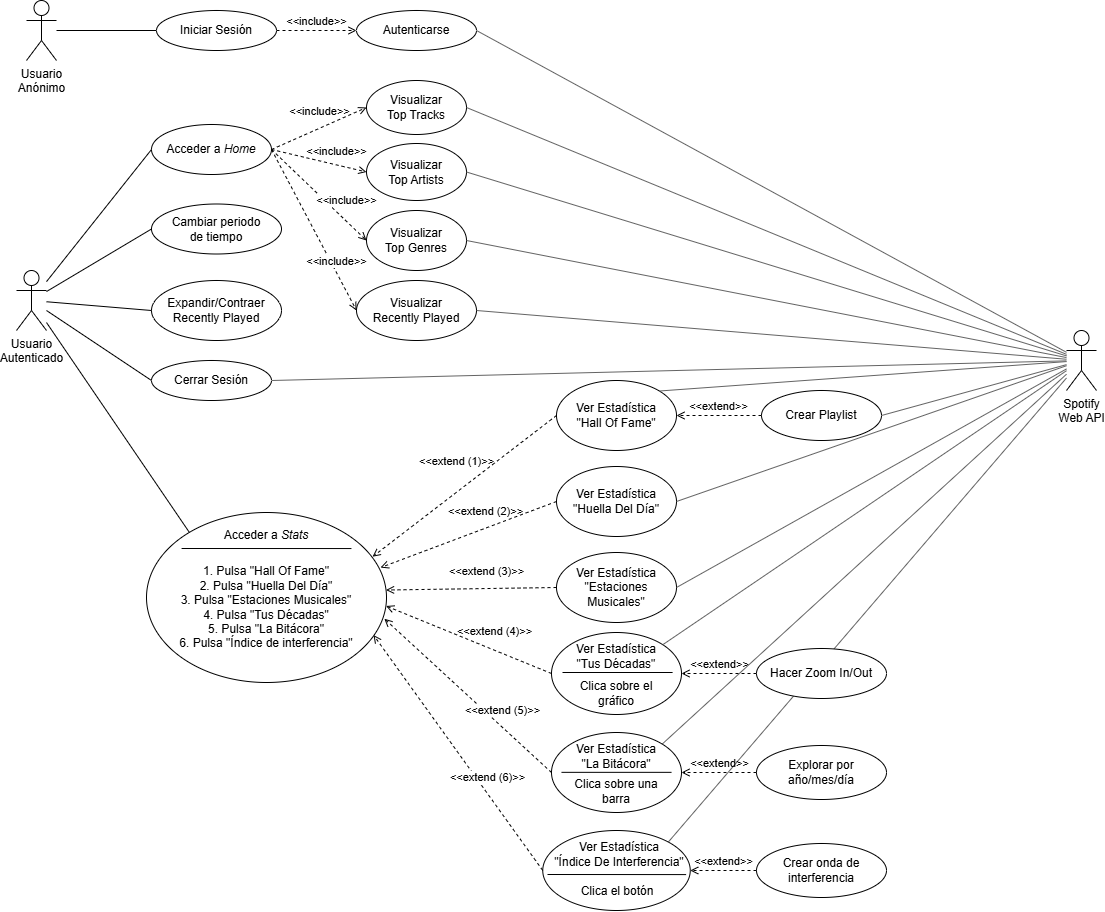
jonortega/TFG-memoria keeps this draw.io diagram as figures/modelo_casos_uso.png. Above is the earlier version. Source tidied: cells renumbered, new cells last; positions are measured from the earlier drawing's top-left corner, leaving out a move shared by most shapes.
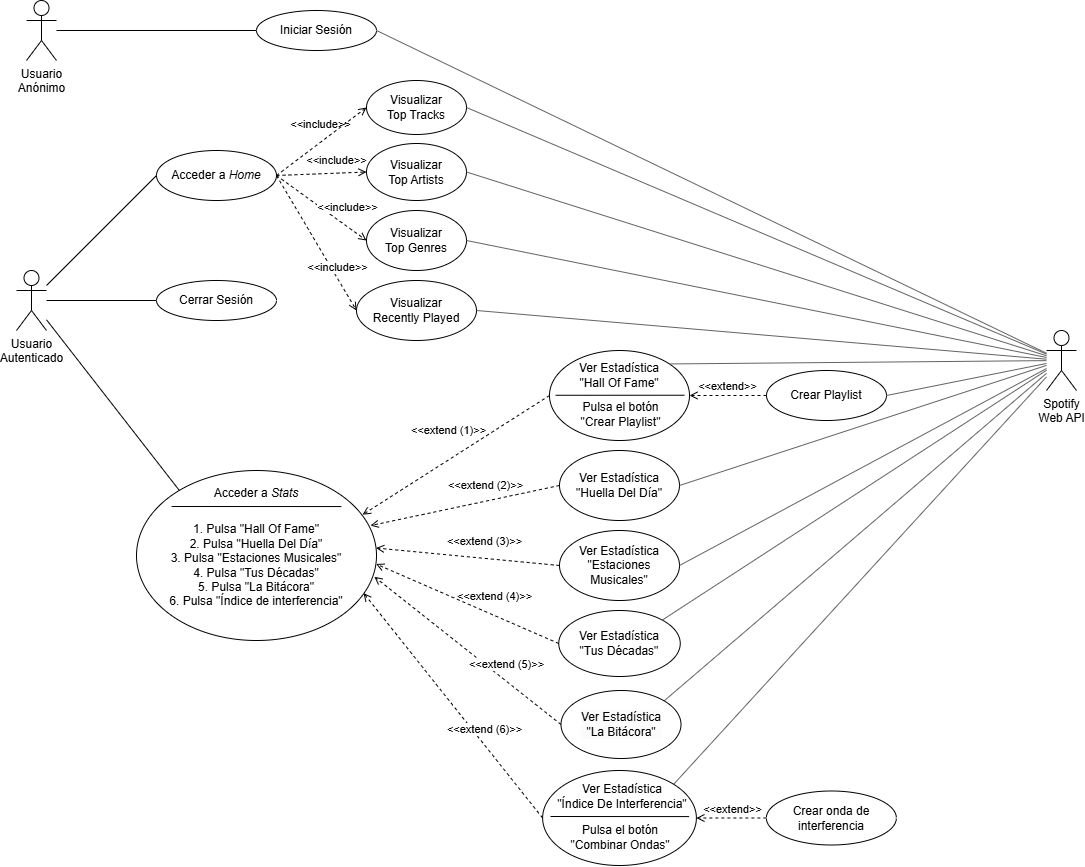
After the commit.

Commit message:
Completado los Casos de Uso

What changed in the source:
```diff
@@ -8,11 +8,8 @@
     <mxCell id="3" style="endArrow=none;html=1;rounded=0;exitX=1;exitY=0;exitDx=0;exitDy=0;strokeColor=#636363;" parent="1" edge="1" source="33" target="53">
       <mxGeometry relative="1" as="geometry" />
     </mxCell>
-    <mxCell id="4" style="endArrow=none;html=1;rounded=0;exitX=1;exitY=0.5;exitDx=0;exitDy=0;strokeColor=#636363;" parent="1" edge="1" source="11" target="53">
-      <mxGeometry relative="1" as="geometry" />
-    </mxCell>
     <mxCell id="5" value="Iniciar Sesión" style="ellipse;whiteSpace=wrap;html=1;" parent="1" vertex="1">
-      <mxGeometry x="140" y="10" width="120" height="40" as="geometry" />
+      <mxGeometry x="240" y="10" width="120" height="40" as="geometry" />
     </mxCell>
     <mxCell id="6" value="Usuario&lt;div&gt;Anónimo&lt;/div&gt;" style="shape=umlActor;verticalLabelPosition=bottom;verticalAlign=top;html=1;" parent="1" vertex="1">
       <mxGeometry x="10" width="30" height="60" as="geometry" />
@@ -20,27 +17,15 @@
     <mxCell id="7" value="Usuario&lt;div&gt;Autenticado&lt;/div&gt;" style="shape=umlActor;verticalLabelPosition=bottom;verticalAlign=top;html=1;" parent="1" vertex="1">
       <mxGeometry y="270" width="30" height="60" as="geometry" />
     </mxCell>
-    <mxCell id="8" value="Autenticarse" style="ellipse;whiteSpace=wrap;html=1;" parent="1" vertex="1">
-      <mxGeometry x="340" y="10" width="120" height="40" as="geometry" />
-    </mxCell>
-    <mxCell id="9" value="&amp;lt;&amp;lt;include&amp;gt;&amp;gt;" style="html=1;verticalAlign=bottom;labelBackgroundColor=none;endArrow=open;endFill=0;dashed=1;rounded=0;exitX=1;exitY=0.5;exitDx=0;exitDy=0;entryX=0;entryY=0.5;entryDx=0;entryDy=0;" parent="1" edge="1" source="5" target="8">
-      <mxGeometry relative="1" as="geometry" />
-    </mxCell>
     <mxCell id="10" style="endArrow=none;html=1;rounded=0;entryX=0;entryY=0.5;entryDx=0;entryDy=0;" parent="1" edge="1" source="6" target="5">
       <mxGeometry relative="1" as="geometry" />
     </mxCell>
     <mxCell id="11" value="Cerrar Sesión" style="ellipse;whiteSpace=wrap;html=1;" parent="1" vertex="1">
-      <mxGeometry x="135" y="360" width="120" height="40" as="geometry" />
+      <mxGeometry x="140" y="280" width="120" height="40" as="geometry" />
     </mxCell>
     <mxCell id="12" value="Acceder a &lt;i&gt;Home&lt;/i&gt;" style="ellipse;whiteSpace=wrap;html=1;" parent="1" vertex="1">
-      <mxGeometry x="135" y="124" width="120" height="50" as="geometry" />
+      <mxGeometry x="140" y="150" width="120" height="50" as="geometry" />
     </mxCell>
-    <mxCell id="13" value="Cambiar periodo&lt;div&gt;de tiempo&lt;/div&gt;" style="ellipse;whiteSpace=wrap;html=1;" parent="1" vertex="1">
-      <mxGeometry x="135" y="203.5" width="130" height="50" as="geometry" />
-    </mxCell>
-    <mxCell id="14" value="Expandir/Contraer&lt;div&gt;Recently Played&lt;/div&gt;" style="ellipse;whiteSpace=wrap;html=1;" parent="1" vertex="1">
-      <mxGeometry x="135" y="280" width="130" height="60" as="geometry" />
-    </mxCell>
     <mxCell id="15" value="Visualizar&lt;div&gt;Recently Played&lt;span style=&quot;color: rgba(0, 0, 0, 0); font-family: monospace; font-size: 0px; text-align: start; text-wrap-mode: nowrap; background-color: transparent;&quot;&gt;%3CmxGraphModel%3E%3Croot%3E%3CmxCell%20id%3D%220%22%2F%3E%3CmxCell%20id%3D%221%22%20parent%3D%220%22%2F%3E%3CmxCell%20id%3D%222%22%20value%3D%22Cambiar%20periodo%26lt%3Bdiv%26gt%3Bde%20tiempo%26lt%3B%2Fdiv%26gt%3B%22%20style%3D%22ellipse%3BwhiteSpace%3Dwrap%3Bhtml%3D1%3B%22%20vertex%3D%221%22%20parent%3D%221%22%3E%3CmxGeometry%20x%3D%22230%22%20y%3D%22480%22%20width%3D%22130%22%20height%3D%2260%22%20as%3D%22geometry%22%2F%3E%3C%2FmxCell%3E%3C%2Froot%3E%3C%2FmxGraphModel%3E&lt;/span&gt;&lt;/div&gt;" style="ellipse;whiteSpace=wrap;html=1;" parent="1" vertex="1">
       <mxGeometry x="340" y="280" width="120" height="60" as="geometry" />
     </mxCell>
@@ -71,59 +56,41 @@
     <mxCell id="24" style="endArrow=none;html=1;rounded=0;entryX=0;entryY=0.5;entryDx=0;entryDy=0;" parent="1" edge="1" source="7" target="12">
       <mxGeometry relative="1" as="geometry" />
     </mxCell>
-    <mxCell id="25" style="endArrow=none;html=1;rounded=0;entryX=0;entryY=0.5;entryDx=0;entryDy=0;" parent="1" edge="1" source="7" target="13">
-      <mxGeometry relative="1" as="geometry" />
-    </mxCell>
-    <mxCell id="26" style="endArrow=none;html=1;rounded=0;entryX=0;entryY=0.5;entryDx=0;entryDy=0;" parent="1" edge="1" source="7" target="14">
-      <mxGeometry relative="1" as="geometry" />
-    </mxCell>
     <mxCell id="27" style="endArrow=none;html=1;rounded=0;entryX=0.18;entryY=0.12;entryDx=0;entryDy=0;entryPerimeter=0;" parent="1" edge="1" source="7" target="43">
       <mxGeometry relative="1" as="geometry" />
     </mxCell>
-    <mxCell id="28" value="Ver Estadística&lt;div&gt;&quot;Hall Of Fame&quot;&lt;/div&gt;" style="ellipse;whiteSpace=wrap;html=1;" parent="1" vertex="1">
-      <mxGeometry x="540" y="380" width="120" height="70" as="geometry" />
+    <mxCell id="28" style="ellipse;whiteSpace=wrap;html=1;" parent="1" vertex="1">
+      <mxGeometry x="533" y="350" width="140" height="90" as="geometry" />
     </mxCell>
     <mxCell id="29" value="Ver Estadística&lt;div&gt;&quot;Huella Del Día&quot;&lt;/div&gt;" style="ellipse;whiteSpace=wrap;html=1;" parent="1" vertex="1">
-      <mxGeometry x="540" y="466" width="120" height="70" as="geometry" />
+      <mxGeometry x="543" y="450" width="120" height="70" as="geometry" />
     </mxCell>
     <mxCell id="30" value="Ver Estadística&lt;div&gt;&quot;Estaciones Musicales&quot;&lt;/div&gt;" style="ellipse;whiteSpace=wrap;html=1;" parent="1" vertex="1">
-      <mxGeometry x="540" y="552" width="120" height="70" as="geometry" />
+      <mxGeometry x="543" y="530" width="120" height="70" as="geometry" />
     </mxCell>
-    <mxCell id="31" style="ellipse;whiteSpace=wrap;html=1;" parent="1" vertex="1">
-      <mxGeometry x="535" y="632" width="130" height="82" as="geometry" />
+    <mxCell id="31" value="Ver Estadística&lt;div&gt;&quot;Tus Décadas&quot;&lt;/div&gt;" style="ellipse;whiteSpace=wrap;html=1;" parent="1" vertex="1">
+      <mxGeometry x="542.2" y="610" width="121.5" height="66" as="geometry" />
     </mxCell>
-    <mxCell id="32" style="ellipse;whiteSpace=wrap;html=1;" parent="1" vertex="1">
-      <mxGeometry x="535" y="732" width="130" height="80" as="geometry" />
+    <mxCell id="32" value="&lt;span style=&quot;color: rgb(0, 0, 0); font-family: Helvetica; font-size: 12px; font-style: normal; font-variant-ligatures: normal; font-variant-caps: normal; font-weight: 400; letter-spacing: normal; orphans: 2; text-align: center; text-indent: 0px; text-transform: none; widows: 2; word-spacing: 0px; -webkit-text-stroke-width: 0px; white-space: normal; background-color: rgb(251, 251, 251); text-decoration-thickness: initial; text-decoration-style: initial; text-decoration-color: initial; float: none; display: inline !important;&quot;&gt;Ver Estadística&lt;/span&gt;&lt;div style=&quot;forced-color-adjust: none; color: rgb(0, 0, 0); font-family: Helvetica; font-size: 12px; font-style: normal; font-variant-ligatures: normal; font-variant-caps: normal; font-weight: 400; letter-spacing: normal; orphans: 2; text-align: center; text-indent: 0px; text-transform: none; widows: 2; word-spacing: 0px; -webkit-text-stroke-width: 0px; white-space: normal; background-color: rgb(251, 251, 251); text-decoration-thickness: initial; text-decoration-style: initial; text-decoration-color: initial;&quot;&gt;&quot;La Bitácora&quot;&lt;/div&gt;" style="ellipse;whiteSpace=wrap;html=1;" parent="1" vertex="1">
+      <mxGeometry x="544.5" y="690" width="120" height="68" as="geometry" />
     </mxCell>
     <mxCell id="33" style="ellipse;whiteSpace=wrap;html=1;" parent="1" vertex="1">
-      <mxGeometry x="526.2" y="830" width="147.5" height="80" as="geometry" />
+      <mxGeometry x="526.1" y="770" width="153.8" height="95" as="geometry" />
     </mxCell>
     <mxCell id="34" value="Crear Playlist" style="ellipse;whiteSpace=wrap;html=1;" parent="1" vertex="1">
-      <mxGeometry x="745" y="390" width="120" height="50" as="geometry" />
+      <mxGeometry x="750" y="370" width="120" height="50" as="geometry" />
     </mxCell>
-    <mxCell id="35" value="Hacer Zoom In/Out" style="ellipse;whiteSpace=wrap;html=1;" parent="1" vertex="1">
-      <mxGeometry x="740" y="648" width="130" height="50" as="geometry" />
-    </mxCell>
-    <mxCell id="36" value="Explorar por año/mes/día" style="ellipse;whiteSpace=wrap;html=1;" parent="1" vertex="1">
-      <mxGeometry x="740" y="745" width="130" height="54" as="geometry" />
-    </mxCell>
     <mxCell id="37" value="Crear onda de&lt;div&gt;interferencia&lt;/div&gt;" style="ellipse;whiteSpace=wrap;html=1;" parent="1" vertex="1">
-      <mxGeometry x="740" y="843" width="130" height="54" as="geometry" />
+      <mxGeometry x="749.9" y="790.5" width="130" height="54" as="geometry" />
     </mxCell>
     <mxCell id="38" value="&amp;lt;&amp;lt;extend&amp;gt;&amp;gt;" style="html=1;verticalAlign=bottom;labelBackgroundColor=none;endArrow=open;endFill=0;dashed=1;rounded=0;entryX=1;entryY=0.5;entryDx=0;entryDy=0;exitX=0;exitY=0.5;exitDx=0;exitDy=0;" parent="1" edge="1" source="34" target="28">
       <mxGeometry relative="1" as="geometry" />
     </mxCell>
-    <mxCell id="39" value="&amp;lt;&amp;lt;extend&amp;gt;&amp;gt;" style="html=1;verticalAlign=bottom;labelBackgroundColor=none;endArrow=open;endFill=0;dashed=1;rounded=0;entryX=1;entryY=0.5;entryDx=0;entryDy=0;exitX=0;exitY=0.5;exitDx=0;exitDy=0;" parent="1" edge="1" source="35" target="31">
-      <mxGeometry relative="1" as="geometry" />
-    </mxCell>
-    <mxCell id="40" value="&amp;lt;&amp;lt;extend&amp;gt;&amp;gt;" style="html=1;verticalAlign=bottom;labelBackgroundColor=none;endArrow=open;endFill=0;dashed=1;rounded=0;entryX=1;entryY=0.5;entryDx=0;entryDy=0;exitX=0;exitY=0.5;exitDx=0;exitDy=0;" parent="1" edge="1" source="36" target="32">
-      <mxGeometry relative="1" as="geometry" />
-    </mxCell>
     <mxCell id="41" value="&amp;lt;&amp;lt;extend&amp;gt;&amp;gt;" style="html=1;verticalAlign=bottom;labelBackgroundColor=none;endArrow=open;endFill=0;dashed=1;rounded=0;entryX=1;entryY=0.5;entryDx=0;entryDy=0;exitX=0;exitY=0.5;exitDx=0;exitDy=0;" parent="1" edge="1" source="37" target="33">
       <mxGeometry relative="1" as="geometry" />
     </mxCell>
     <mxCell id="42" style="group;" parent="1" vertex="1">
-      <mxGeometry x="130" y="512" width="240" height="170" as="geometry" />
+      <mxGeometry x="120" y="470" width="240" height="170" as="geometry" />
     </mxCell>
     <mxCell id="43" style="ellipse;whiteSpace=wrap;html=1;" parent="42" vertex="1">
       <mxGeometry width="240" height="170" as="geometry" />
@@ -159,9 +126,9 @@
       <mxGeometry x="-0.31" y="-4" relative="1" as="geometry" />
     </mxCell>
     <mxCell id="53" value="Spotify&lt;div&gt;Web API&lt;/div&gt;" style="shape=umlActor;verticalLabelPosition=bottom;verticalAlign=top;html=1;" parent="1" vertex="1">
-      <mxGeometry x="1050" y="330" width="30" height="60" as="geometry" />
+      <mxGeometry x="1030" y="330" width="30" height="60" as="geometry" />
     </mxCell>
-    <mxCell id="54" style="endArrow=none;html=1;rounded=0;exitX=1;exitY=0.5;exitDx=0;exitDy=0;strokeColor=#636363;" parent="1" edge="1" source="8" target="53">
+    <mxCell id="54" style="endArrow=none;html=1;rounded=0;exitX=1;exitY=0.5;exitDx=0;exitDy=0;strokeColor=#636363;" parent="1" edge="1" source="5" target="53">
       <mxGeometry relative="1" as="geometry" />
     </mxCell>
     <mxCell id="55" style="endArrow=none;html=1;rounded=0;exitX=1;exitY=0.5;exitDx=0;exitDy=0;strokeColor=#636363;" parent="1" edge="1" source="16" target="53">
@@ -191,41 +158,29 @@
     <mxCell id="63" style="endArrow=none;html=1;rounded=0;exitX=1;exitY=0;exitDx=0;exitDy=0;strokeColor=#636363;" parent="1" edge="1" source="31" target="53">
       <mxGeometry relative="1" as="geometry" />
     </mxCell>
-    <mxCell id="64" value="&lt;span style=&quot;font-family: Helvetica; font-size: 12px; font-style: normal; font-variant-ligatures: normal; font-variant-caps: normal; font-weight: 400; letter-spacing: normal; orphans: 2; text-align: center; text-indent: 0px; text-transform: none; widows: 2; word-spacing: 0px; -webkit-text-stroke-width: 0px; white-space: normal; text-decoration-thickness: initial; text-decoration-style: initial; text-decoration-color: initial; float: none; display: inline !important;&quot;&gt;Ver Estadística&lt;/span&gt;&lt;div style=&quot;forced-color-adjust: none; font-family: Helvetica; font-size: 12px; font-style: normal; font-variant-ligatures: normal; font-variant-caps: normal; font-weight: 400; letter-spacing: normal; orphans: 2; text-align: center; text-indent: 0px; text-transform: none; widows: 2; word-spacing: 0px; -webkit-text-stroke-width: 0px; white-space: normal; text-decoration-thickness: initial; text-decoration-style: initial; text-decoration-color: initial;&quot;&gt;&quot;Tus Décadas&quot;&lt;/div&gt;" style="text;html=1;align=center;verticalAlign=middle;whiteSpace=wrap;rounded=0;fontColor=default;labelBackgroundColor=none;" parent="1" vertex="1">
-      <mxGeometry x="550" y="640" width="100" height="32" as="geometry" />
-    </mxCell>
-    <mxCell id="65" style="endArrow=none;html=1;rounded=0;exitX=0.115;exitY=0.463;exitDx=0;exitDy=0;exitPerimeter=0;entryX=0.962;entryY=0.463;entryDx=0;entryDy=0;entryPerimeter=0;" parent="1" edge="1">
-      <mxGeometry relative="1" as="geometry">
-        <mxPoint x="546" y="672" as="sourcePoint" />
-        <mxPoint x="656.1" y="672" as="targetPoint" />
-      </mxGeometry>
-    </mxCell>
-    <mxCell id="66" value="Clica sobre el gráfico" style="text;html=1;align=center;verticalAlign=middle;whiteSpace=wrap;rounded=0;" parent="1" vertex="1">
-      <mxGeometry x="555" y="678" width="90" height="30" as="geometry" />
-    </mxCell>
-    <mxCell id="67" value="Ver Estadística&lt;div&gt;&quot;La Bitácora&quot;&lt;/div&gt;" style="text;html=1;align=center;verticalAlign=middle;whiteSpace=wrap;rounded=0;" parent="1" vertex="1">
-      <mxGeometry x="555" y="736" width="90" height="40" as="geometry" />
-    </mxCell>
-    <mxCell id="68" style="endArrow=none;html=1;rounded=0;exitX=0.115;exitY=0.463;exitDx=0;exitDy=0;exitPerimeter=0;entryX=0.962;entryY=0.463;entryDx=0;entryDy=0;entryPerimeter=0;" parent="1" edge="1">
-      <mxGeometry relative="1" as="geometry">
-        <mxPoint x="544.9" y="771.8" as="sourcePoint" />
-        <mxPoint x="655.1" y="771.8" as="targetPoint" />
-      </mxGeometry>
-    </mxCell>
-    <mxCell id="69" value="Clica sobre una barra" style="text;html=1;align=center;verticalAlign=middle;whiteSpace=wrap;rounded=0;" parent="1" vertex="1">
-      <mxGeometry x="555" y="776" width="90" height="30" as="geometry" />
-    </mxCell>
     <mxCell id="70" value="Ver Estadística&lt;div&gt;&quot;Índice De Interferencia&quot;&lt;/div&gt;" style="text;html=1;align=center;verticalAlign=middle;whiteSpace=wrap;rounded=0;" parent="1" vertex="1">
-      <mxGeometry x="533" y="828" width="140" height="52" as="geometry" />
+      <mxGeometry x="536" y="770" width="140" height="52" as="geometry" />
     </mxCell>
     <mxCell id="71" style="endArrow=none;html=1;rounded=0;exitX=0.115;exitY=0.463;exitDx=0;exitDy=0;exitPerimeter=0;entryX=0.99;entryY=0.903;entryDx=0;entryDy=0;entryPerimeter=0;" parent="1" edge="1">
       <mxGeometry relative="1" as="geometry">
-        <mxPoint x="531" y="874" as="sourcePoint" />
-        <mxPoint x="669.6" y="874.1" as="targetPoint" />
+        <mxPoint x="534" y="816" as="sourcePoint" />
+        <mxPoint x="672.6" y="816.1" as="targetPoint" />
       </mxGeometry>
     </mxCell>
-    <mxCell id="72" value="Clica el botón" style="text;html=1;align=center;verticalAlign=middle;whiteSpace=wrap;rounded=0;" parent="1" vertex="1">
-      <mxGeometry x="556" y="876" width="90" height="30" as="geometry" />
+    <mxCell id="72" value="Pulsa el botón&lt;div&gt;&quot;Combinar Ondas&quot;&lt;/div&gt;" style="text;html=1;align=center;verticalAlign=middle;whiteSpace=wrap;rounded=0;" parent="1" vertex="1">
+      <mxGeometry x="552" y="822" width="104" height="30" as="geometry" />
     </mxCell>
+    <mxCell id="73" value="Ver Estadística&lt;div&gt;&quot;Hall Of Fame&quot;&lt;/div&gt;" style="text;html=1;align=center;verticalAlign=middle;whiteSpace=wrap;rounded=0;" parent="1" vertex="1">
+      <mxGeometry x="553" y="360" width="100" height="30" as="geometry" />
+    </mxCell>
+    <mxCell id="74" style="endArrow=none;html=1;rounded=0;exitX=0.115;exitY=0.463;exitDx=0;exitDy=0;exitPerimeter=0;entryX=0.979;entryY=0.497;entryDx=0;entryDy=0;entryPerimeter=0;" parent="1" edge="1">
+      <mxGeometry relative="1" as="geometry">
+        <mxPoint x="539" y="394.8" as="sourcePoint" />
+        <mxPoint x="668.1" y="394.7" as="targetPoint" />
+      </mxGeometry>
+    </mxCell>
+    <mxCell id="75" value="Pulsa el botón &quot;Crear Playlist&quot;" style="text;html=1;align=center;verticalAlign=middle;whiteSpace=wrap;rounded=0;" parent="1" vertex="1">
+      <mxGeometry x="557" y="399" width="95" height="30" as="geometry" />
+    </mxCell>
   </root>
 </mxGraphModel>
```
